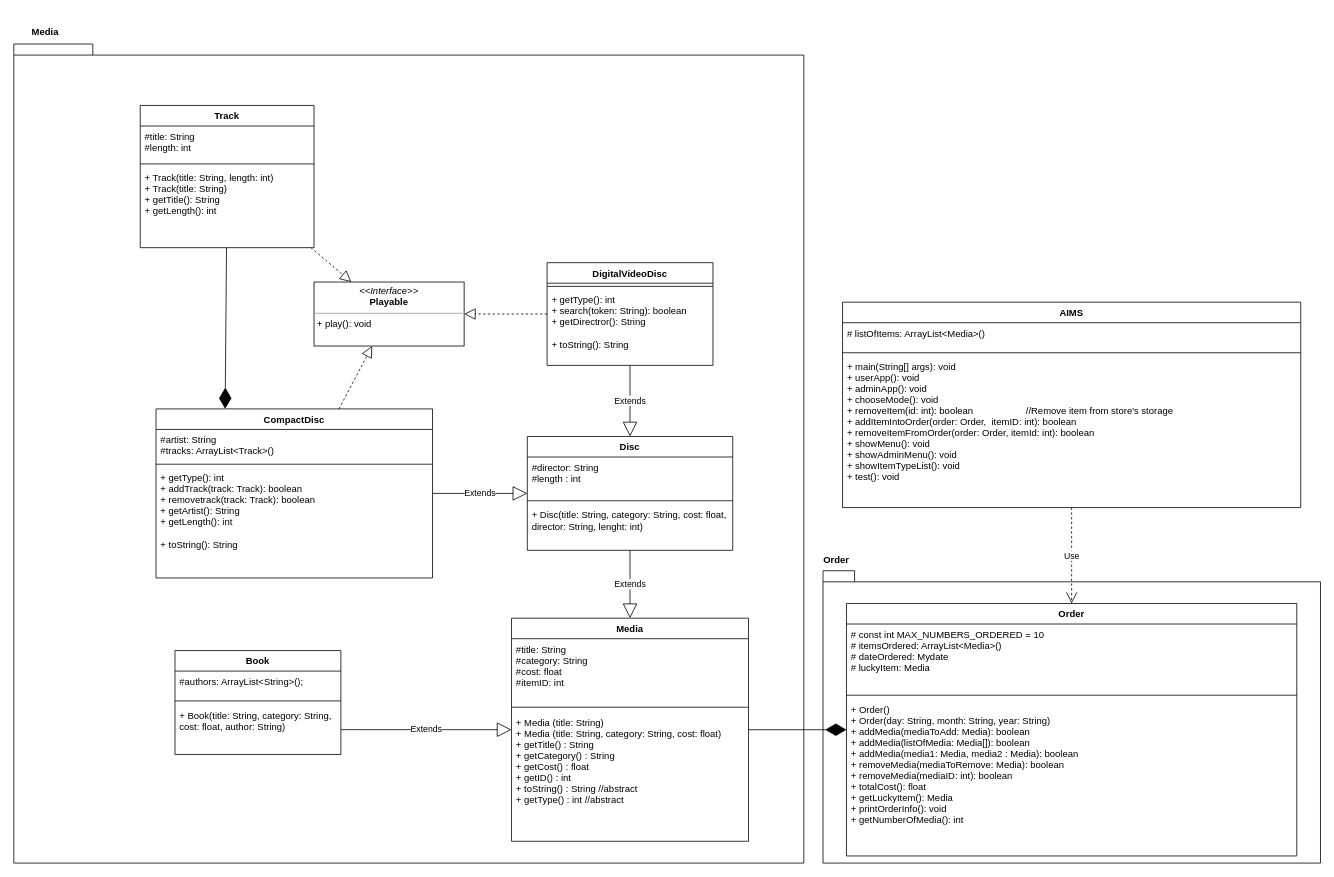
The draw.io diagram Week8/UML.drawio in krazezt/OOP-Assignments, before the edit. Source tidied: cells renumbered, new cells numbered last; positions are measured from the earlier drawing's top-left corner, leaving out a move shared by most shapes. Both pictures are drawn from the tidied source at 79%, with x=0, y=0 at pixel (13, 18).
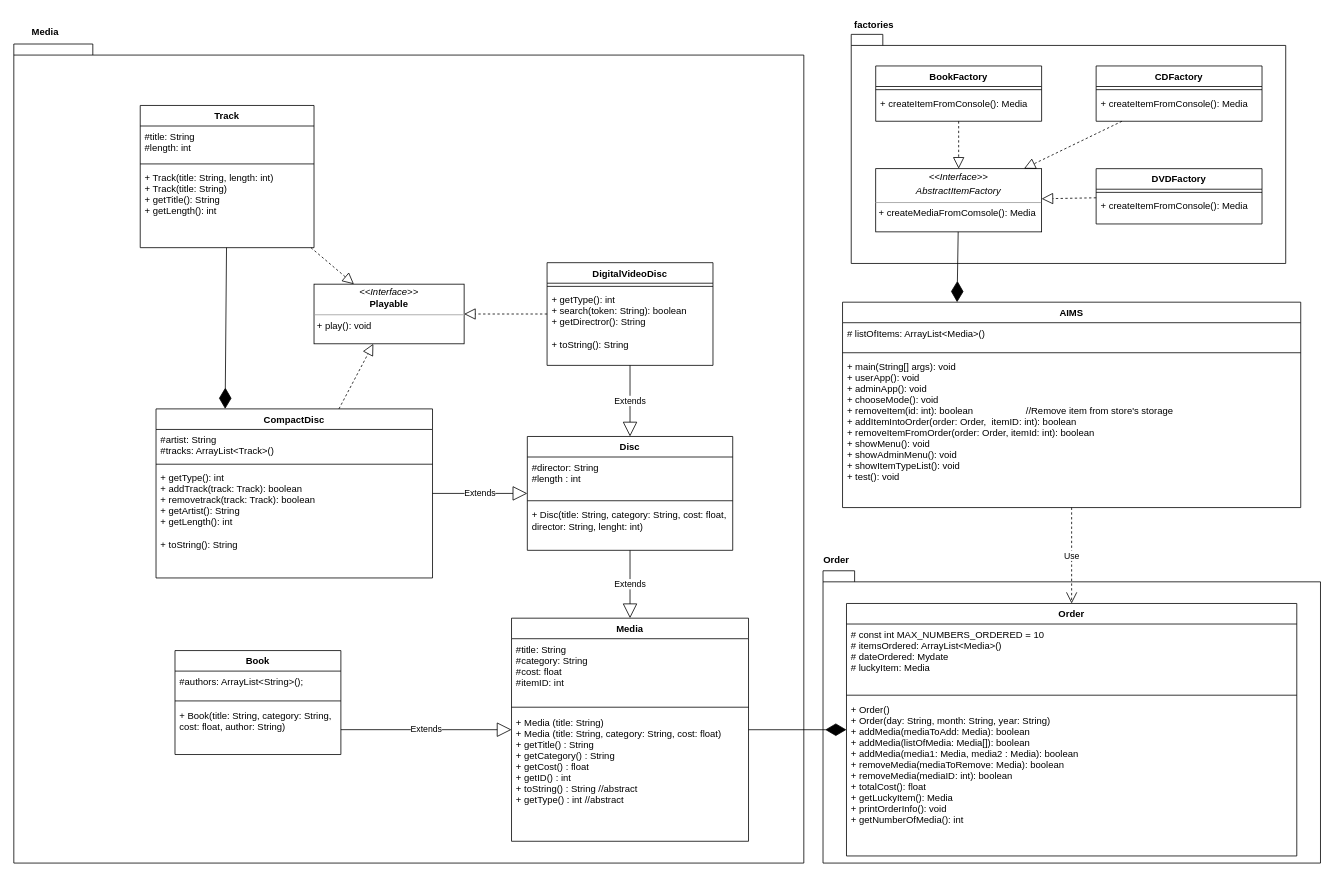
After the change.

Commit message:
Update Week8 UML diagram

Unchanged cells that the change refers to:
```xml
<mxCell id="2" style="group;" parent="1" vertex="1">
  <mxGeometry y="9" width="1000" height="1060" as="geometry" />
</mxCell>
<mxCell id="45" value="AIMS" style="swimlane;fontStyle=1;align=center;verticalAlign=top;horizontal=1;startSize=26;" parent="1" vertex="1">
  <mxGeometry x="1049" y="359" width="580" height="260" as="geometry" />
</mxCell>
```

Change to the diagram source:
```diff
@@
     <mxCell id="23" value="&lt;p style=&quot;margin: 0px ; margin-top: 4px ; text-align: center&quot;&gt;&lt;i&gt;&amp;lt;&amp;lt;Interface&amp;gt;&amp;gt;&lt;/i&gt;&lt;br&gt;&lt;b&gt;Playable&lt;/b&gt;&lt;/p&gt;&lt;hr size=&quot;1&quot;&gt;&lt;p style=&quot;margin: 0px ; margin-left: 4px&quot;&gt;+ play(): void&lt;/p&gt;&lt;p style=&quot;margin: 0px ; margin-left: 4px&quot;&gt;&lt;br&gt;&lt;/p&gt;" style="verticalAlign=top;align=left;overflow=fill;fontSize=12;fontFamily=Helvetica;html=1;" parent="2" vertex="1">
-      <mxGeometry x="380" y="324.5" width="190" height="81" as="geometry" />
+      <mxGeometry x="380" y="327.2" width="190" height="75.5" as="geometry" />
     </mxCell>
@@
+    <mxCell id="50" style="group;" parent="1" vertex="1">
+      <mxGeometry x="1060" y="20" width="581" height="290" as="geometry" />
+    </mxCell>
+    <mxCell id="51" style="group;" parent="50" vertex="1">
+      <mxGeometry width="550" height="290" as="geometry" />
+    </mxCell>
+    <mxCell id="52" style="shape=folder;fontStyle=1;spacingTop=10;tabWidth=40;tabHeight=14;tabPosition=left;html=1;" parent="51" vertex="1">
+      <mxGeometry width="550" height="290" as="geometry" />
+    </mxCell>
+    <mxCell id="53" value="BookFactory" style="swimlane;fontStyle=1;align=center;verticalAlign=top;horizontal=1;startSize=26;" parent="51" vertex="1">
+      <mxGeometry x="31" y="40" width="210" height="70" as="geometry" />
+    </mxCell>
+    <mxCell id="54" style="line;strokeWidth=1;fillColor=none;align=left;verticalAlign=middle;spacingTop=-1;spacingLeft=3;spacingRight=3;labelPosition=right;" parent="53" vertex="1">
+      <mxGeometry y="26" width="210" height="8" as="geometry" />
+    </mxCell>
+    <mxCell id="55" value="+ createItemFromConsole(): Media" style="text;strokeColor=none;fillColor=none;align=left;verticalAlign=top;spacingLeft=4;spacingRight=4;overflow=hidden;" parent="53" vertex="1">
+      <mxGeometry y="34" width="210" height="36" as="geometry" />
+    </mxCell>
+    <mxCell id="56" value="CDFactory" style="swimlane;fontStyle=1;align=center;verticalAlign=top;horizontal=1;startSize=26;" parent="51" vertex="1">
+      <mxGeometry x="310" y="40" width="210" height="70" as="geometry" />
+    </mxCell>
+    <mxCell id="57" style="line;strokeWidth=1;fillColor=none;align=left;verticalAlign=middle;spacingTop=-1;spacingLeft=3;spacingRight=3;labelPosition=right;" parent="56" vertex="1">
+      <mxGeometry y="26" width="210" height="8" as="geometry" />
+    </mxCell>
+    <mxCell id="58" value="+ createItemFromConsole(): Media" style="text;strokeColor=none;fillColor=none;align=left;verticalAlign=top;spacingLeft=4;spacingRight=4;overflow=hidden;" parent="56" vertex="1">
+      <mxGeometry y="34" width="210" height="36" as="geometry" />
+    </mxCell>
+    <mxCell id="59" value="DVDFactory" style="swimlane;fontStyle=1;align=center;verticalAlign=top;horizontal=1;startSize=26;" parent="51" vertex="1">
+      <mxGeometry x="310" y="170" width="210" height="70" as="geometry" />
+    </mxCell>
+    <mxCell id="60" style="line;strokeWidth=1;fillColor=none;align=left;verticalAlign=middle;spacingTop=-1;spacingLeft=3;spacingRight=3;labelPosition=right;" parent="59" vertex="1">
+      <mxGeometry y="26" width="210" height="8" as="geometry" />
+    </mxCell>
+    <mxCell id="61" value="+ createItemFromConsole(): Media" style="text;strokeColor=none;fillColor=none;align=left;verticalAlign=top;spacingLeft=4;spacingRight=4;overflow=hidden;" parent="59" vertex="1">
+      <mxGeometry y="34" width="210" height="36" as="geometry" />
+    </mxCell>
+    <mxCell id="62" value="&lt;p style=&quot;margin: 0px ; margin-top: 4px ; text-align: center&quot;&gt;&lt;i&gt;&amp;lt;&amp;lt;Interface&amp;gt;&amp;gt;&lt;/i&gt;&lt;br&gt;&lt;/p&gt;&lt;p style=&quot;margin: 0px ; margin-top: 4px ; text-align: center&quot;&gt;&lt;i&gt;AbstractItemFactory&lt;/i&gt;&lt;/p&gt;&lt;hr size=&quot;1&quot;&gt;&lt;p style=&quot;margin: 0px ; margin-left: 4px&quot;&gt;+ createMediaFromComsole(): Media&lt;/p&gt;" style="verticalAlign=top;align=left;overflow=fill;fontSize=12;fontFamily=Helvetica;html=1;" parent="51" vertex="1">
+      <mxGeometry x="31" y="170" width="210" height="80" as="geometry" />
+    </mxCell>
+    <mxCell id="63" style="endArrow=block;dashed=1;endFill=0;endSize=12;html=1;" parent="51" edge="1" source="53" target="62">
+      <mxGeometry relative="1" as="geometry" />
+    </mxCell>
+    <mxCell id="64" style="endArrow=block;dashed=1;endFill=0;endSize=12;html=1;" parent="51" edge="1" source="56" target="62">
+      <mxGeometry relative="1" as="geometry" />
+    </mxCell>
+    <mxCell id="65" style="endArrow=block;dashed=1;endFill=0;endSize=12;html=1;" parent="51" edge="1" source="59" target="62">
+      <mxGeometry relative="1" as="geometry" />
+    </mxCell>
+    <mxCell id="66" style="endArrow=diamondThin;endFill=1;endSize=24;html=1;entryX=0.25;entryY=0;entryDx=0;entryDy=0;" parent="1" edge="1" source="62" target="45">
+      <mxGeometry relative="1" as="geometry" />
+    </mxCell>
+    <mxCell id="67" value="factories" style="text;align=center;fontStyle=1;verticalAlign=middle;spacingLeft=3;spacingRight=3;strokeColor=none;" parent="1" vertex="1">
+      <mxGeometry x="1049" y="-6" width="80" height="26" as="geometry" />
+    </mxCell>
```
